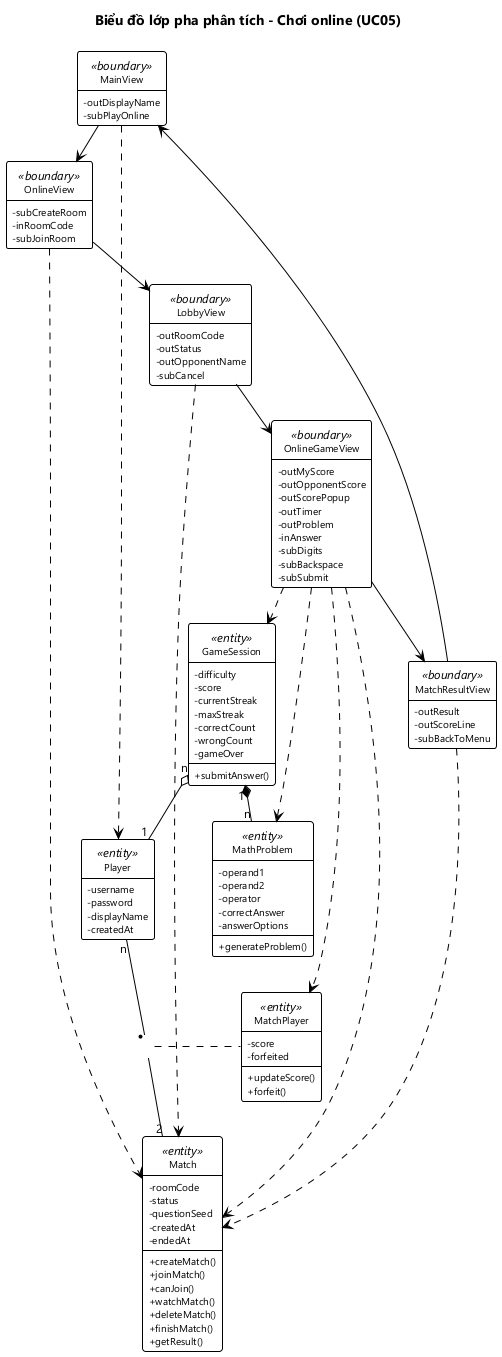
Above: docs/hung/lop-phan-tich-uc05.png in HungNguyenBa1811/math-dash (PlantUML), before the change. The source it was exported from:
```plantuml
@startuml lop-phan-tich-uc05
!include _theme.iuml
title Biểu đồ lớp pha phân tích - Chơi online (UC05)

class MainView <<boundary>> {
  - outDisplayName
  - subPlayOnline
}
class OnlineView <<boundary>> {
  - subCreateRoom
  - inRoomCode
  - subJoinRoom
}
class LobbyView <<boundary>> {
  - outRoomCode
  - outStatus
  - outOpponentName
  - subCancel
}
class OnlineGameView <<boundary>> {
  - outMyScore
  - outOpponentScore
  - outScorePopup
  - outTimer
  - outProblem
  - inAnswer
  - subDigits
  - subBackspace
  - subSubmit
}
class MatchResultView <<boundary>> {
  - outResult
  - outScoreLine
  - subBackToMenu
}

class Player <<entity>> {
  - username
  - password
  - displayName
  - createdAt
}
class Match <<entity>> {
  - roomCode
  - status
  - questionSeed
  - createdAt
  - endedAt
  + createMatch()
  + joinMatch()
  + canJoin()
  + watchMatch()
  + deleteMatch()
  + finishMatch()
  + getResult()
}
class MatchPlayer <<entity>> {
  - score
  - forfeited
  + updateScore()
  + forfeit()
}
class GameSession <<entity>> {
  - difficulty
  - score
  - currentStreak
  - maxStreak
  - correctCount
  - wrongCount
  - gameOver
  + submitAnswer()
}
class MathProblem <<entity>> {
  - operand1
  - operand2
  - operator
  - correctAnswer
  - answerOptions
  + generateProblem()
}

MainView --> OnlineView
OnlineView --> LobbyView
LobbyView --> OnlineGameView
OnlineGameView --> MatchResultView
MatchResultView --> MainView

OnlineView ..> Match
LobbyView ..> Match
OnlineGameView ..> Match
OnlineGameView ..> MatchPlayer
OnlineGameView ..> GameSession
OnlineGameView ..> MathProblem
MatchResultView ..> Match
MainView ..> Player

Player "n" -- "2" Match
(Player, Match) .. MatchPlayer
GameSession "n" o-- "1" Player
GameSession "1" *-- "n" MathProblem
@enduml
```
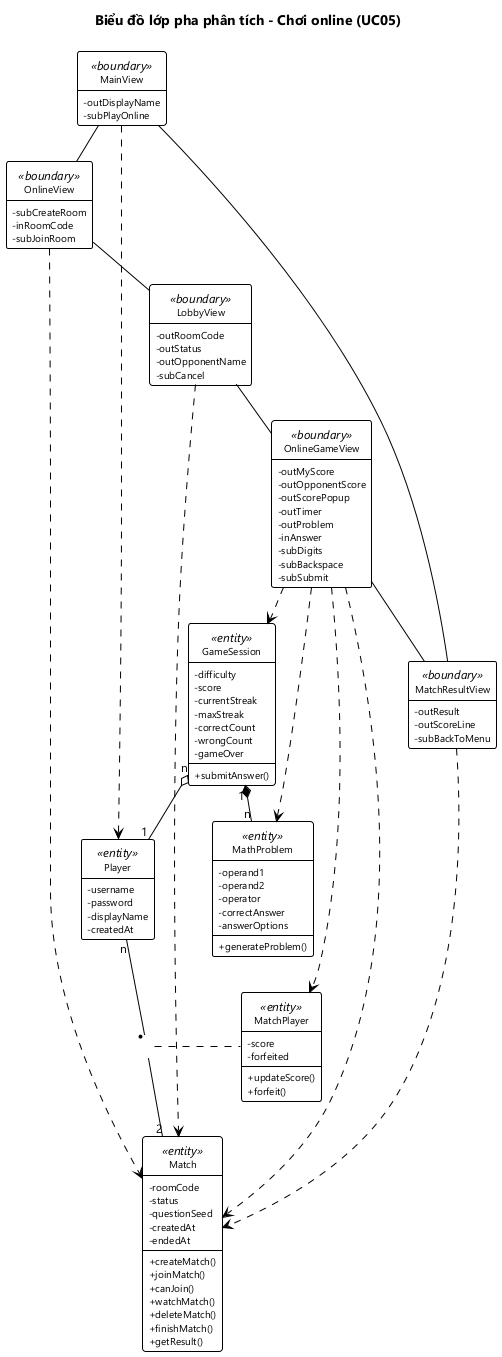
Later version of the same file.

Diff of the diagram source:
```diff
@@ -79,11 +79,11 @@
   + generateProblem()
 }
 
-MainView --> OnlineView
-OnlineView --> LobbyView
-LobbyView --> OnlineGameView
-OnlineGameView --> MatchResultView
-MatchResultView --> MainView
+MainView -- OnlineView
+OnlineView -- LobbyView
+LobbyView -- OnlineGameView
+OnlineGameView -- MatchResultView
+MatchResultView -- MainView
 
 OnlineView ..> Match
 LobbyView ..> Match
```
